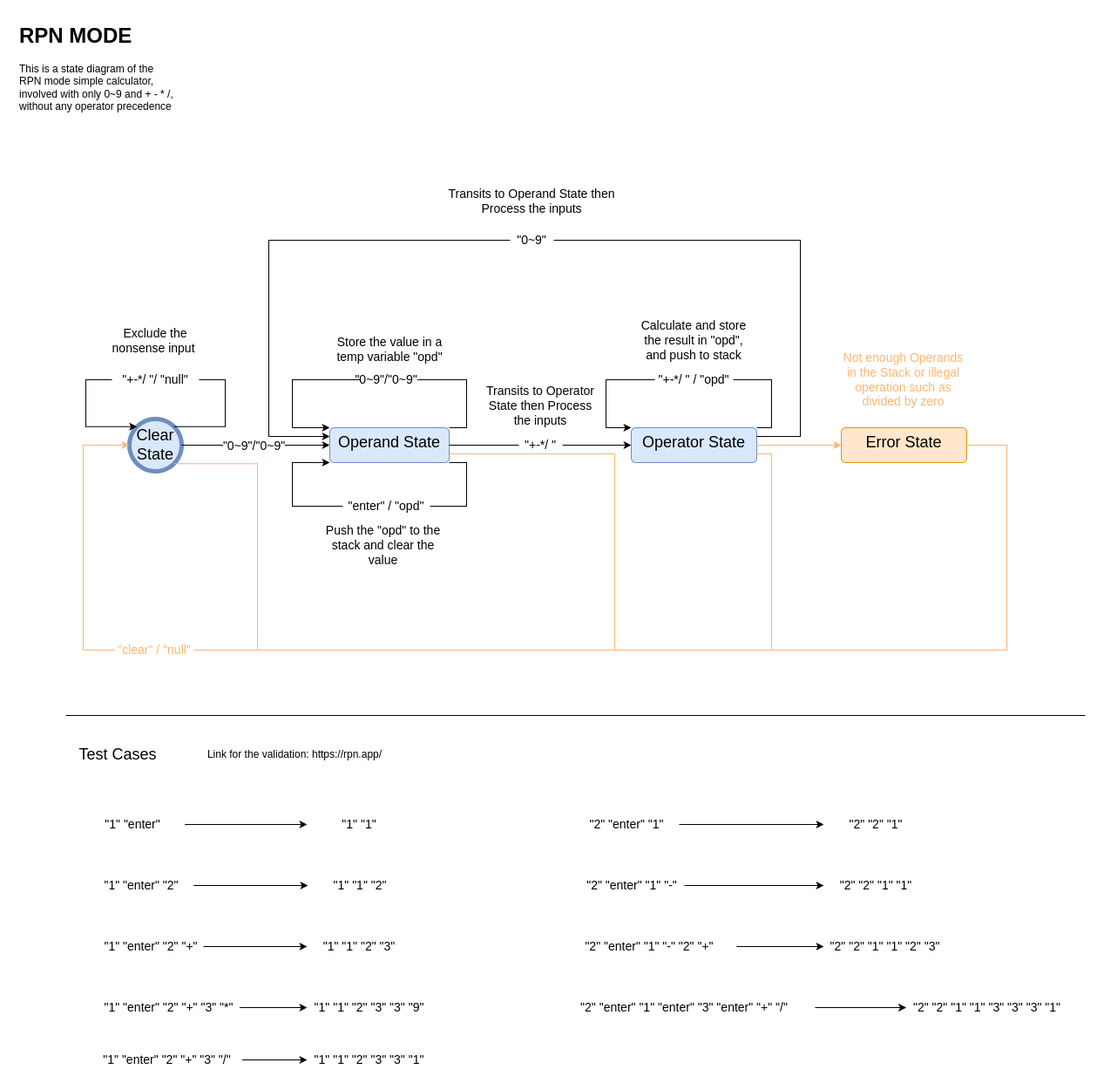
The draw.io diagram res/calculator_state_diagram-RPN.drawio.png in dcheng69/Simple_Calculator, before a commit. Source tidied: cells renumbered, new cells last; positions are measured from the earlier drawing's top-left corner, leaving out a move shared by most shapes.
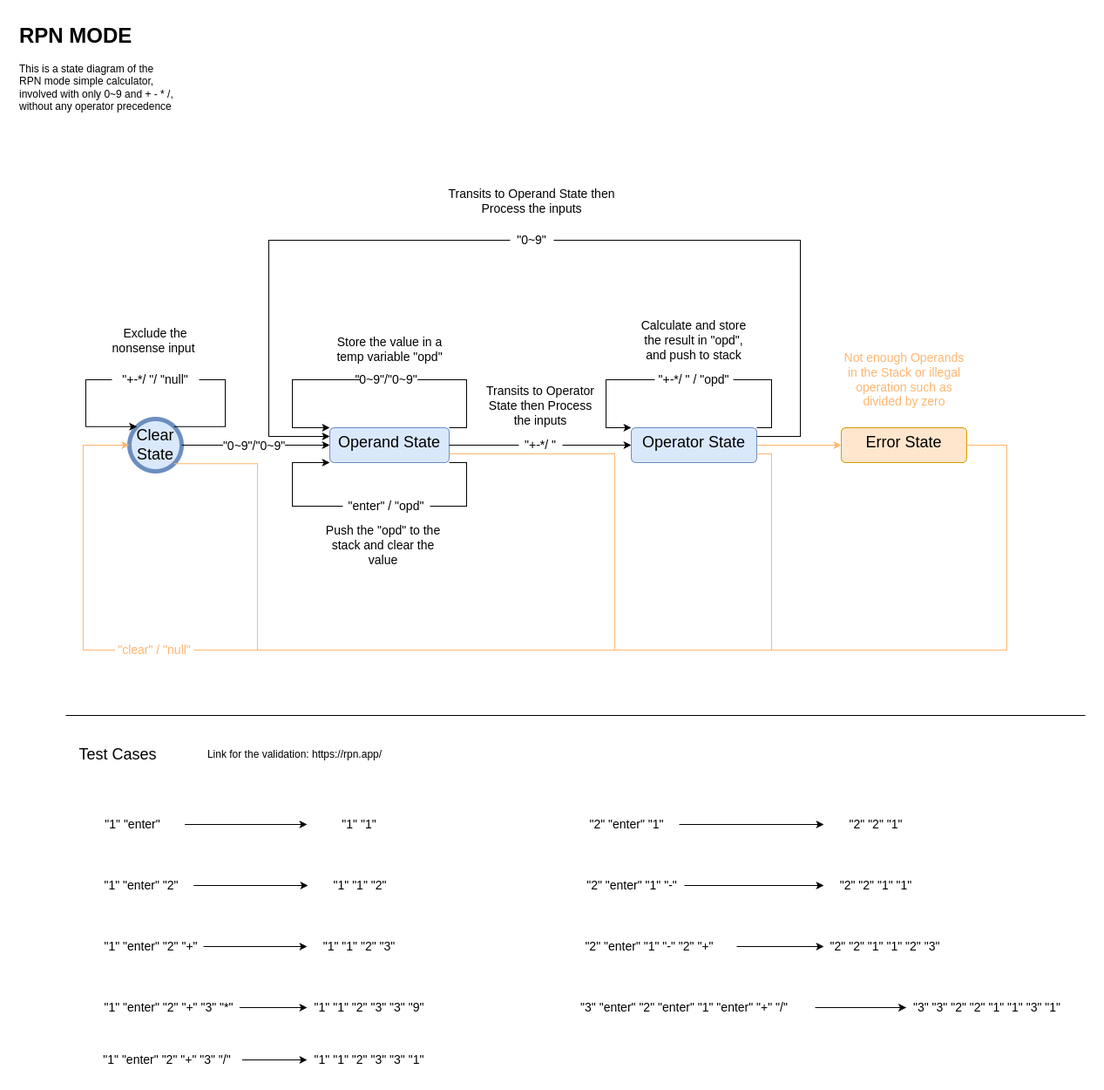
Later version of the same file.

Commit message:
Modify the RPN mode state chart

[Ticket: RPN sate chart]

[body]
1. Modify the RPN mode state chart

[test]
1. test on the https://www.rpn-calc.com/

The edit, as a diff of the source:
```diff
@@ -263,10 +263,10 @@
     <mxCell id="67" style="edgeStyle=orthogonalEdgeStyle;rounded=0;jettySize=auto;html=1;" parent="1" edge="1" source="68" target="69">
       <mxGeometry relative="1" as="geometry" />
     </mxCell>
-    <mxCell id="68" value="&lt;font style=&quot;font-size: 14px;&quot;&gt;&quot;2&quot; &quot;enter&quot; &quot;1&quot; &quot;enter&quot; &quot;3&quot; &quot;enter&quot; &quot;+&quot; &quot;/&quot;&lt;/font&gt;" style="text;html=1;align=center;verticalAlign=middle;whiteSpace=wrap;rounded=0;" parent="1" vertex="1">
+    <mxCell id="68" value="&lt;font style=&quot;font-size: 14px;&quot;&gt;&quot;3&quot; &quot;enter&quot; &quot;2&quot; &quot;enter&quot; &quot;1&quot; &quot;enter&quot; &quot;+&quot; &quot;/&quot;&lt;/font&gt;" style="text;html=1;align=center;verticalAlign=middle;whiteSpace=wrap;rounded=0;" parent="1" vertex="1">
       <mxGeometry x="615" y="1120" width="300" height="30" as="geometry" />
     </mxCell>
-    <mxCell id="69" value="&lt;span style=&quot;font-size: 14px;&quot;&gt;&quot;2&quot; &quot;2&quot; &quot;1&quot; &quot;1&quot; &quot;3&quot; &quot;3&quot; &quot;3&quot; &quot;1&quot;&lt;/span&gt;" style="text;html=1;align=center;verticalAlign=middle;whiteSpace=wrap;rounded=0;" parent="1" vertex="1">
+    <mxCell id="69" value="&lt;span style=&quot;font-size: 14px;&quot;&gt;&quot;3&quot; &quot;3&quot; &quot;2&quot; &quot;2&quot; &quot;1&quot; &quot;1&quot; &quot;3&quot; &quot;1&quot;&lt;/span&gt;" style="text;html=1;align=center;verticalAlign=middle;whiteSpace=wrap;rounded=0;" parent="1" vertex="1">
       <mxGeometry x="1019.5" y="1120" width="185.5" height="30" as="geometry" />
     </mxCell>
     <mxCell id="70" style="endArrow=none;html=1;rounded=0;entryX=1;entryY=0.5;entryDx=0;entryDy=0;exitX=1;exitY=1;exitDx=0;exitDy=0;strokeColor=#FFB570;edgeStyle=elbowEdgeStyle;endFill=0;" parent="1" edge="1" source="30" target="63">
```
